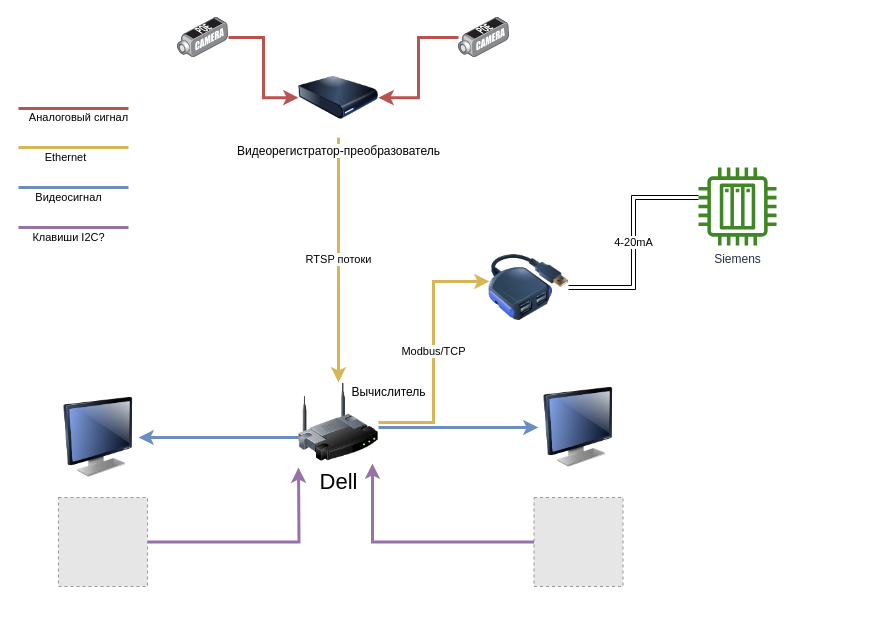
megavad/Diagrams keeps this draw.io diagram as CV edge.drawio. Above is the earlier version. Source tidied: cells renumbered, new cells numbered last; positions are measured from the earlier drawing's top-left corner, leaving out a move shared by most shapes. Both pictures are drawn from the tidied source at 100%, with x=0, y=0 at pixel (18, 17). Pictures stored in the file or linked from it are replaced by grey dashed boxes.
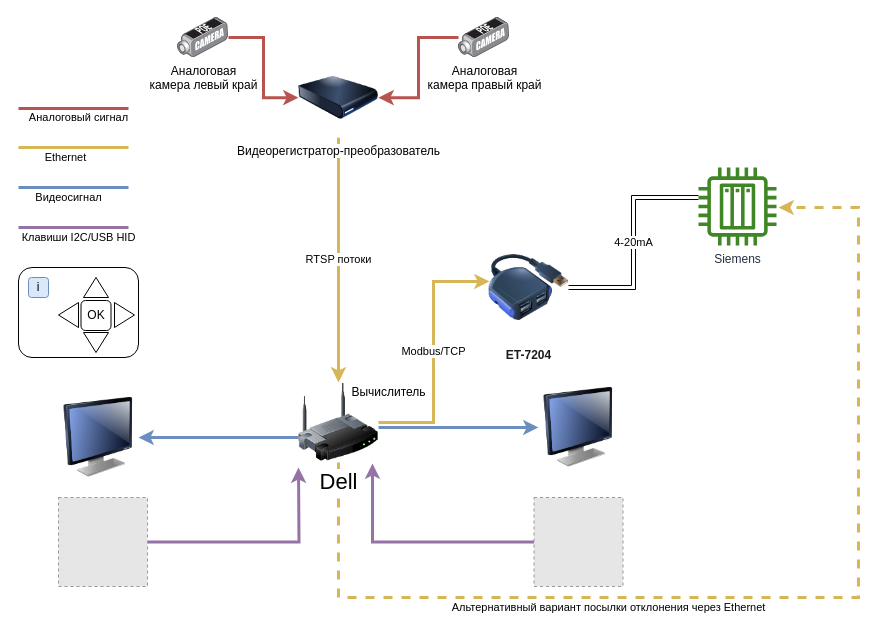
After the change.

The change refers to these unchanged cells:
```xml
<mxCell id="5" value="Dell" style="image;html=1;labelBackgroundColor=#ffffff;image=img/lib/clip_art/networking/Wireless_Router_128x128.png;rounded=1;shadow=0;comic=0;strokeWidth=2;fontSize=22;" parent="1" vertex="1">
  <mxGeometry x="280" y="365" width="80" height="80" as="geometry" />
</mxCell>
<mxCell id="15" value="Siemens" style="sketch=0;outlineConnect=0;fontColor=#232F3E;gradientColor=none;fillColor=#3F8624;strokeColor=none;dashed=0;verticalLabelPosition=bottom;verticalAlign=top;align=center;html=1;fontSize=12;fontStyle=0;shape=mxgraph.aws4.iot_thing_plc;" parent="1" vertex="1">
  <mxGeometry x="680" y="150" width="78" height="78" as="geometry" />
</mxCell>
```

What changed in the source:
```diff
@@
+    <mxCell id="26" value="Альтернативный вариант посылки отклонения через Ethernet" style="edgeStyle=orthogonalEdgeStyle;rounded=0;jettySize=auto;html=1;strokeWidth=3;entryX=1.026;entryY=0.513;entryDx=0;entryDy=0;entryPerimeter=0;dashed=1;fillColor=#fff2cc;strokeColor=#d6b656;" parent="1" edge="1" source="5" target="15">
+      <mxGeometry x="-0.28" y="-10" relative="1" as="geometry">
+        <Array as="points">
+          <mxPoint x="320" y="580" />
+          <mxPoint x="840" y="580" />
+          <mxPoint x="840" y="190" />
+        </Array>
+      </mxGeometry>
+    </mxCell>
@@
-    <mxCell id="7" style="points=[];html=1;align=center;shadow=0;dashed=0;image;image=img/lib/allied_telesis/security/POE_DVS_Camera.svg;" parent="1" vertex="1">
+    <mxCell id="7" value="Аналоговая&lt;br&gt;камера левый край" style="points=[];html=1;align=center;shadow=0;dashed=0;image;image=img/lib/allied_telesis/security/POE_DVS_Camera.svg;" parent="1" vertex="1">
       <mxGeometry x="159" width="51" height="40.2" as="geometry" />
     </mxCell>
@@
-    <mxCell id="9" style="points=[];html=1;align=center;shadow=0;dashed=0;image;image=img/lib/allied_telesis/security/POE_DVS_Camera.svg;" parent="1" vertex="1">
+    <mxCell id="9" value="&lt;span style=&quot;color: rgb(0, 0, 0); font-family: Helvetica; font-size: 12px; font-style: normal; font-variant-ligatures: normal; font-variant-caps: normal; font-weight: 400; letter-spacing: normal; orphans: 2; text-align: center; text-indent: 0px; text-transform: none; widows: 2; word-spacing: 0px; -webkit-text-stroke-width: 0px; background-color: rgb(255, 255, 255); text-decoration-thickness: initial; text-decoration-style: initial; text-decoration-color: initial; float: none; display: inline !important;&quot;&gt;Аналоговая&lt;/span&gt;&lt;br style=&quot;border-color: var(--border-color); color: rgb(0, 0, 0); font-family: Helvetica; font-size: 12px; font-style: normal; font-variant-ligatures: normal; font-variant-caps: normal; font-weight: 400; letter-spacing: normal; orphans: 2; text-align: center; text-indent: 0px; text-transform: none; widows: 2; word-spacing: 0px; -webkit-text-stroke-width: 0px; text-decoration-thickness: initial; text-decoration-style: initial; text-decoration-color: initial;&quot;&gt;&lt;span style=&quot;color: rgb(0, 0, 0); font-family: Helvetica; font-size: 12px; font-style: normal; font-variant-ligatures: normal; font-variant-caps: normal; font-weight: 400; letter-spacing: normal; orphans: 2; text-align: center; text-indent: 0px; text-transform: none; widows: 2; word-spacing: 0px; -webkit-text-stroke-width: 0px; background-color: rgb(255, 255, 255); text-decoration-thickness: initial; text-decoration-style: initial; text-decoration-color: initial; float: none; display: inline !important;&quot;&gt;камера правый край&lt;/span&gt;" style="points=[];html=1;align=center;shadow=0;dashed=0;image;image=img/lib/allied_telesis/security/POE_DVS_Camera.svg;" parent="1" vertex="1">
       <mxGeometry x="440" width="51" height="40.2" as="geometry" />
     </mxCell>
@@
-    <mxCell id="14" style="image;html=1;image=img/lib/clip_art/computers/USB_Hub_128x128.png;" parent="1" vertex="1">
+    <mxCell id="14" value="&#10;&lt;h1 style=&quot;box-sizing: inherit; -webkit-font-smoothing: antialiased; text-size-adjust: none; -webkit-tap-highlight-color: rgba(0, 0, 0, 0); font-size: var(--font-size-heading-1); margin: 0px 0px 0.5rem; font-family: Montserrat, sans-serif; font-style: normal; font-weight: 700; letter-spacing: normal; text-transform: none; line-height: 1.2; color: rgb(29, 29, 29); font-variant-ligatures: normal; font-variant-caps: normal; orphans: 2; text-align: start; text-indent: 0px; widows: 2; word-spacing: 0px; -webkit-text-stroke-width: 0px; background-color: rgb(255, 255, 255); text-decoration-thickness: initial; text-decoration-style: initial; text-decoration-color: initial;&quot; class=&quot;product-title&quot;&gt;ET-7204&lt;/h1&gt;&#10;&#10;" style="image;html=1;image=img/lib/clip_art/computers/USB_Hub_128x128.png;" parent="1" vertex="1">
       <mxGeometry x="470" y="230" width="80" height="80" as="geometry" />
     </mxCell>
@@
-    <mxCell id="25" value="Клавиши I2C?" style="endArrow=none;html=1;rounded=0;strokeWidth=3;fillColor=#e1d5e7;strokeColor=#9673a6;" parent="1" edge="1">
-      <mxGeometry x="-0.09" y="-10" relative="1" as="geometry">
+    <mxCell id="25" value="Клавиши I2C/USB HID" style="endArrow=none;html=1;rounded=0;strokeWidth=3;fillColor=#e1d5e7;strokeColor=#9673a6;" parent="1" edge="1">
+      <mxGeometry x="0.09" y="-10" relative="1" as="geometry">
         <mxPoint y="210" as="sourcePoint" />
         <mxPoint x="110" y="210" as="targetPoint" />
+        <Array as="points">
+          <mxPoint x="50" y="210" />
+        </Array>
       </mxGeometry>
     </mxCell>
+    <mxCell id="27" style="group;" parent="1" vertex="1">
+      <mxGeometry y="250" width="120" height="90" as="geometry" />
+    </mxCell>
+    <mxCell id="28" style="rounded=1;whiteSpace=wrap;html=1;" parent="27" vertex="1">
+      <mxGeometry width="120" height="90" as="geometry" />
+    </mxCell>
+    <mxCell id="29" style="triangle;whiteSpace=wrap;html=1;" parent="27" vertex="1">
+      <mxGeometry x="96" y="35" width="20" height="25" as="geometry" />
+    </mxCell>
+    <mxCell id="30" style="triangle;whiteSpace=wrap;html=1;direction=north;" parent="27" vertex="1">
+      <mxGeometry x="65" y="10" width="25" height="20" as="geometry" />
+    </mxCell>
+    <mxCell id="31" style="triangle;whiteSpace=wrap;html=1;direction=south;" parent="27" vertex="1">
+      <mxGeometry x="65" y="65" width="25" height="20" as="geometry" />
+    </mxCell>
+    <mxCell id="32" style="triangle;whiteSpace=wrap;html=1;rotation=0;direction=west;" parent="27" vertex="1">
+      <mxGeometry x="40" y="35" width="20" height="25" as="geometry" />
+    </mxCell>
+    <mxCell id="33" value="i" style="rounded=1;whiteSpace=wrap;html=1;fillColor=#dae8fc;strokeColor=#6c8ebf;" parent="27" vertex="1">
+      <mxGeometry x="10" y="10" width="20" height="20" as="geometry" />
+    </mxCell>
+    <mxCell id="34" value="OK" style="rounded=1;whiteSpace=wrap;html=1;" parent="27" vertex="1">
+      <mxGeometry x="62.5" y="33" width="30" height="30" as="geometry" />
+    </mxCell>
```
